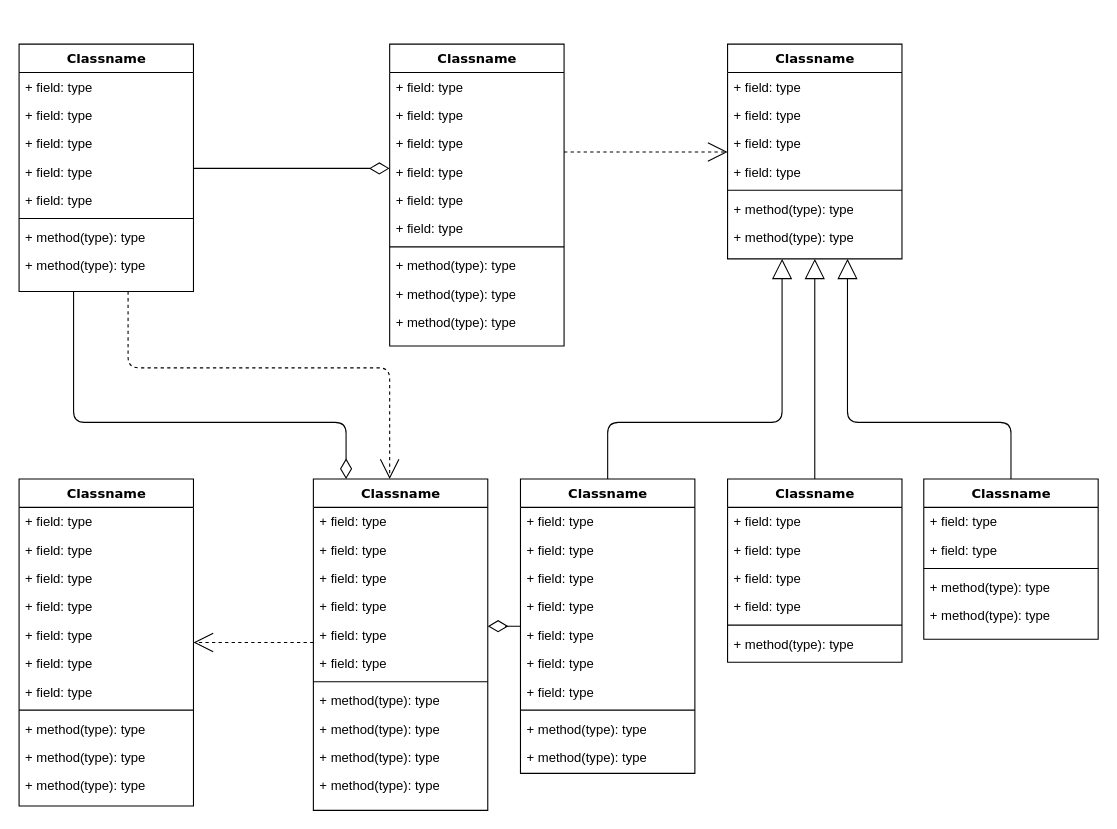
Earlier version of the draw.io diagram Untitled Diagram.drawio (Amelie02/oc20). Source tidied: cells renumbered, new cells numbered last; positions are measured from the earlier drawing's top-left corner, leaving out a move shared by most shapes. Both pictures are drawn from the tidied source at 109%, with x=0, y=0 at pixel (19, 44).
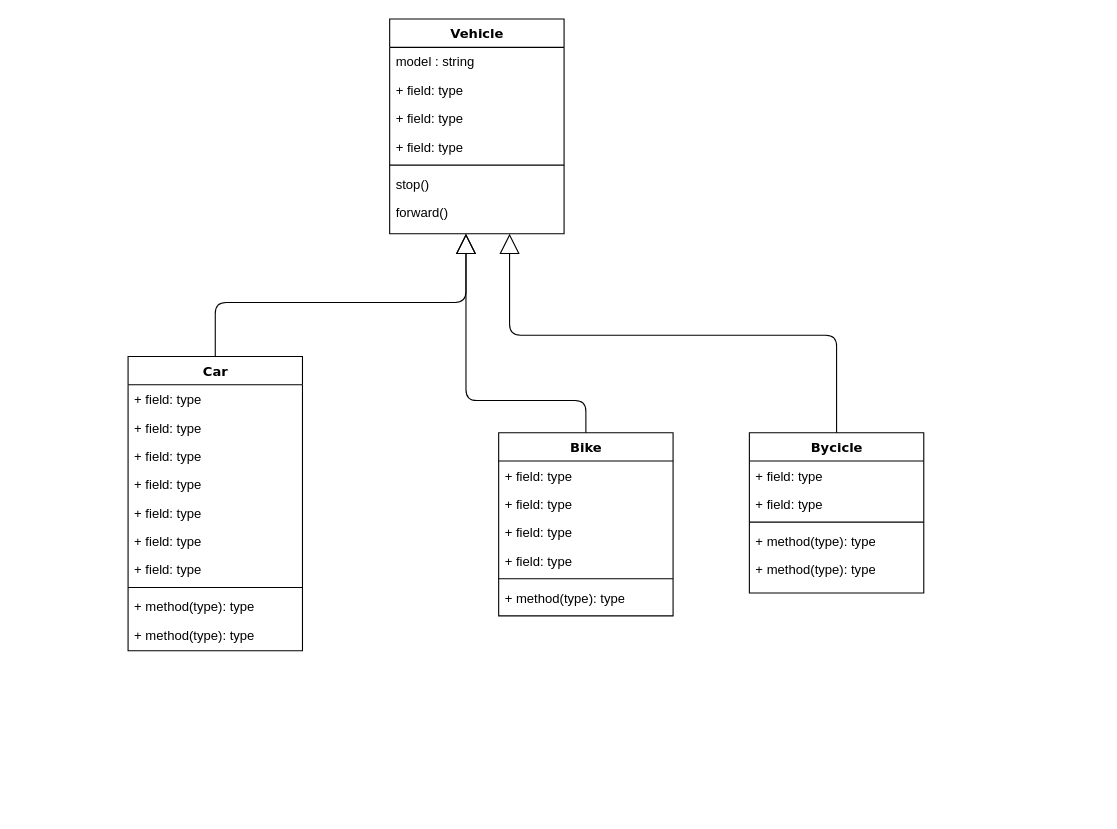
After the change.

Diff of the diagram source:
```diff
@@
-    <mxCell id="2" style="edgeStyle=orthogonalEdgeStyle;html=1;labelBackgroundColor=none;startFill=0;startSize=8;endArrow=open;endFill=0;endSize=16;fontFamily=Verdana;fontSize=12;dashed=1;" parent="1" edge="1" source="4" target="47">
-      <mxGeometry relative="1" as="geometry">
-        <Array as="points">
-          <mxPoint x="100" y="297" />
-          <mxPoint x="340" y="297" />
-        </Array>
-      </mxGeometry>
-    </mxCell>
-    <mxCell id="3" style="edgeStyle=orthogonalEdgeStyle;html=1;labelBackgroundColor=none;startFill=0;startSize=8;endArrow=diamondThin;endFill=0;endSize=16;fontFamily=Verdana;fontSize=12;" parent="1" edge="1" source="4" target="47">
-      <mxGeometry relative="1" as="geometry">
-        <Array as="points">
-          <mxPoint x="50" y="347" />
-          <mxPoint x="300" y="347" />
-        </Array>
-      </mxGeometry>
-    </mxCell>
-    <mxCell id="4" value="Classname" style="swimlane;html=1;fontStyle=1;align=center;verticalAlign=top;horizontal=1;startSize=26;swimlaneFillColor=#ffffff;rounded=0;shadow=0;comic=0;labelBackgroundColor=none;strokeWidth=1;fillColor=none;fontFamily=Verdana;fontSize=12;" parent="1" vertex="1">
-      <mxGeometry width="160" height="227" as="geometry" />
-    </mxCell>
-    <mxCell id="5" value="+ field: type" style="text;html=1;strokeColor=none;fillColor=none;align=left;verticalAlign=top;spacingLeft=4;spacingRight=4;whiteSpace=wrap;overflow=hidden;" parent="4" vertex="1">
-      <mxGeometry y="26" width="160" height="26" as="geometry" />
-    </mxCell>
-    <mxCell id="6" value="+ field: type" style="text;html=1;strokeColor=none;fillColor=none;align=left;verticalAlign=top;spacingLeft=4;spacingRight=4;whiteSpace=wrap;overflow=hidden;" parent="4" vertex="1">
-      <mxGeometry y="52" width="160" height="26" as="geometry" />
-    </mxCell>
-    <mxCell id="7" value="+ field: type" style="text;html=1;strokeColor=none;fillColor=none;align=left;verticalAlign=top;spacingLeft=4;spacingRight=4;whiteSpace=wrap;overflow=hidden;" parent="4" vertex="1">
-      <mxGeometry y="78" width="160" height="26" as="geometry" />
-    </mxCell>
-    <mxCell id="8" value="+ field: type" style="text;html=1;strokeColor=none;fillColor=none;align=left;verticalAlign=top;spacingLeft=4;spacingRight=4;whiteSpace=wrap;overflow=hidden;" parent="4" vertex="1">
-      <mxGeometry y="104" width="160" height="26" as="geometry" />
-    </mxCell>
-    <mxCell id="9" value="+ field: type" style="text;html=1;strokeColor=none;fillColor=none;align=left;verticalAlign=top;spacingLeft=4;spacingRight=4;whiteSpace=wrap;overflow=hidden;" parent="4" vertex="1">
-      <mxGeometry y="130" width="160" height="26" as="geometry" />
-    </mxCell>
-    <mxCell id="10" style="line;html=1;strokeWidth=1;fillColor=none;align=left;verticalAlign=middle;spacingTop=-1;spacingLeft=3;spacingRight=3;labelPosition=right;" parent="4" vertex="1">
-      <mxGeometry y="156" width="160" height="8" as="geometry" />
-    </mxCell>
-    <mxCell id="11" value="+ method(type): type" style="text;html=1;strokeColor=none;fillColor=none;align=left;verticalAlign=top;spacingLeft=4;spacingRight=4;whiteSpace=wrap;overflow=hidden;" parent="4" vertex="1">
-      <mxGeometry y="164" width="160" height="26" as="geometry" />
-    </mxCell>
-    <mxCell id="12" value="+ method(type): type" style="text;html=1;strokeColor=none;fillColor=none;align=left;verticalAlign=top;spacingLeft=4;spacingRight=4;whiteSpace=wrap;overflow=hidden;" parent="4" vertex="1">
-      <mxGeometry y="190" width="160" height="26" as="geometry" />
-    </mxCell>
-    <mxCell id="13" style="edgeStyle=elbowEdgeStyle;html=1;labelBackgroundColor=none;startFill=0;startSize=8;endArrow=open;endFill=0;endSize=16;fontFamily=Verdana;fontSize=12;elbow=vertical;dashed=1;" parent="1" edge="1" source="14" target="25">
-      <mxGeometry relative="1" as="geometry" />
-    </mxCell>
-    <mxCell id="14" value="Classname" style="swimlane;html=1;fontStyle=1;align=center;verticalAlign=top;horizontal=1;startSize=26;swimlaneFillColor=#ffffff;rounded=0;shadow=0;comic=0;labelBackgroundColor=none;strokeWidth=1;fillColor=none;fontFamily=Verdana;fontSize=12;" parent="1" vertex="1">
-      <mxGeometry x="340" width="160" height="277" as="geometry" />
-    </mxCell>
-    <mxCell id="15" value="+ field: type" style="text;html=1;strokeColor=none;fillColor=none;align=left;verticalAlign=top;spacingLeft=4;spacingRight=4;whiteSpace=wrap;overflow=hidden;" parent="14" vertex="1">
-      <mxGeometry y="26" width="160" height="26" as="geometry" />
-    </mxCell>
-    <mxCell id="16" value="+ field: type" style="text;html=1;strokeColor=none;fillColor=none;align=left;verticalAlign=top;spacingLeft=4;spacingRight=4;whiteSpace=wrap;overflow=hidden;" parent="14" vertex="1">
-      <mxGeometry y="52" width="160" height="26" as="geometry" />
-    </mxCell>
-    <mxCell id="17" value="+ field: type" style="text;html=1;strokeColor=none;fillColor=none;align=left;verticalAlign=top;spacingLeft=4;spacingRight=4;whiteSpace=wrap;overflow=hidden;" parent="14" vertex="1">
-      <mxGeometry y="78" width="160" height="26" as="geometry" />
-    </mxCell>
-    <mxCell id="18" value="+ field: type" style="text;html=1;strokeColor=none;fillColor=none;align=left;verticalAlign=top;spacingLeft=4;spacingRight=4;whiteSpace=wrap;overflow=hidden;" parent="14" vertex="1">
-      <mxGeometry y="104" width="160" height="26" as="geometry" />
-    </mxCell>
-    <mxCell id="19" value="+ field: type" style="text;html=1;strokeColor=none;fillColor=none;align=left;verticalAlign=top;spacingLeft=4;spacingRight=4;whiteSpace=wrap;overflow=hidden;" parent="14" vertex="1">
-      <mxGeometry y="130" width="160" height="26" as="geometry" />
-    </mxCell>
-    <mxCell id="20" value="+ field: type" style="text;html=1;strokeColor=none;fillColor=none;align=left;verticalAlign=top;spacingLeft=4;spacingRight=4;whiteSpace=wrap;overflow=hidden;" parent="14" vertex="1">
-      <mxGeometry y="156" width="160" height="26" as="geometry" />
-    </mxCell>
-    <mxCell id="21" style="line;html=1;strokeWidth=1;fillColor=none;align=left;verticalAlign=middle;spacingTop=-1;spacingLeft=3;spacingRight=3;labelPosition=right;" parent="14" vertex="1">
-      <mxGeometry y="182" width="160" height="8" as="geometry" />
-    </mxCell>
-    <mxCell id="22" value="+ method(type): type" style="text;html=1;strokeColor=none;fillColor=none;align=left;verticalAlign=top;spacingLeft=4;spacingRight=4;whiteSpace=wrap;overflow=hidden;" parent="14" vertex="1">
-      <mxGeometry y="190" width="160" height="26" as="geometry" />
-    </mxCell>
-    <mxCell id="23" value="+ method(type): type" style="text;html=1;strokeColor=none;fillColor=none;align=left;verticalAlign=top;spacingLeft=4;spacingRight=4;whiteSpace=wrap;overflow=hidden;" parent="14" vertex="1">
-      <mxGeometry y="216" width="160" height="26" as="geometry" />
-    </mxCell>
-    <mxCell id="24" value="+ method(type): type" style="text;html=1;strokeColor=none;fillColor=none;align=left;verticalAlign=top;spacingLeft=4;spacingRight=4;whiteSpace=wrap;overflow=hidden;" parent="14" vertex="1">
-      <mxGeometry y="242" width="160" height="26" as="geometry" />
-    </mxCell>
-    <mxCell id="25" value="Classname" style="swimlane;html=1;fontStyle=1;align=center;verticalAlign=top;horizontal=1;startSize=26;swimlaneFillColor=#ffffff;rounded=0;shadow=0;comic=0;labelBackgroundColor=none;strokeWidth=1;fillColor=none;fontFamily=Verdana;fontSize=12;" parent="1" vertex="1">
-      <mxGeometry x="650" width="160" height="197" as="geometry" />
+    <mxCell id="25" value="Vehicle" style="swimlane;html=1;fontStyle=1;align=center;verticalAlign=top;horizontal=1;startSize=26;swimlaneFillColor=#ffffff;rounded=0;shadow=0;comic=0;labelBackgroundColor=none;strokeWidth=1;fillColor=none;fontFamily=Verdana;fontSize=12;" parent="1" vertex="1">
+      <mxGeometry x="340" y="-23" width="160" height="197" as="geometry" />
     </mxCell>
-    <mxCell id="26" value="+ field: type" style="text;html=1;strokeColor=none;fillColor=none;align=left;verticalAlign=top;spacingLeft=4;spacingRight=4;whiteSpace=wrap;overflow=hidden;" parent="25" vertex="1">
+    <mxCell id="26" value="model : string" style="text;html=1;strokeColor=none;fillColor=none;align=left;verticalAlign=top;spacingLeft=4;spacingRight=4;whiteSpace=wrap;overflow=hidden;" parent="25" vertex="1">
       <mxGeometry y="26" width="160" height="26" as="geometry" />
     </mxCell>
@@
-    <mxCell id="31" value="+ method(type): type" style="text;html=1;strokeColor=none;fillColor=none;align=left;verticalAlign=top;spacingLeft=4;spacingRight=4;whiteSpace=wrap;overflow=hidden;" parent="25" vertex="1">
+    <mxCell id="31" value="stop()" style="text;html=1;strokeColor=none;fillColor=none;align=left;verticalAlign=top;spacingLeft=4;spacingRight=4;whiteSpace=wrap;overflow=hidden;" parent="25" vertex="1">
       <mxGeometry y="138" width="160" height="26" as="geometry" />
     </mxCell>
-    <mxCell id="32" value="+ method(type): type" style="text;html=1;strokeColor=none;fillColor=none;align=left;verticalAlign=top;spacingLeft=4;spacingRight=4;whiteSpace=wrap;overflow=hidden;" parent="25" vertex="1">
+    <mxCell id="32" value="forward()" style="text;html=1;strokeColor=none;fillColor=none;align=left;verticalAlign=top;spacingLeft=4;spacingRight=4;whiteSpace=wrap;overflow=hidden;" parent="25" vertex="1">
       <mxGeometry y="164" width="160" height="26" as="geometry" />
     </mxCell>
-    <mxCell id="33" style="edgeStyle=elbowEdgeStyle;html=1;labelBackgroundColor=none;startFill=0;startSize=8;endArrow=open;endFill=0;endSize=16;fontFamily=Verdana;fontSize=12;elbow=vertical;dashed=1;" parent="1" edge="1" source="47" target="34">
-      <mxGeometry relative="1" as="geometry" />
-    </mxCell>
-    <mxCell id="34" value="Classname" style="swimlane;html=1;fontStyle=1;align=center;verticalAlign=top;horizontal=1;startSize=26;swimlaneFillColor=#ffffff;rounded=0;shadow=0;comic=0;labelBackgroundColor=none;strokeWidth=1;fillColor=none;fontFamily=Verdana;fontSize=12;" parent="1" vertex="1">
-      <mxGeometry y="399" width="160" height="300" as="geometry" />
-    </mxCell>
-    <mxCell id="35" value="+ field: type" style="text;html=1;strokeColor=none;fillColor=none;align=left;verticalAlign=top;spacingLeft=4;spacingRight=4;whiteSpace=wrap;overflow=hidden;" parent="34" vertex="1">
-      <mxGeometry y="26" width="160" height="26" as="geometry" />
-    </mxCell>
-    <mxCell id="36" value="+ field: type" style="text;html=1;strokeColor=none;fillColor=none;align=left;verticalAlign=top;spacingLeft=4;spacingRight=4;whiteSpace=wrap;overflow=hidden;" parent="34" vertex="1">
-      <mxGeometry y="52" width="160" height="26" as="geometry" />
-    </mxCell>
-    <mxCell id="37" value="+ field: type" style="text;html=1;strokeColor=none;fillColor=none;align=left;verticalAlign=top;spacingLeft=4;spacingRight=4;whiteSpace=wrap;overflow=hidden;" parent="34" vertex="1">
-      <mxGeometry y="78" width="160" height="26" as="geometry" />
-    </mxCell>
-    <mxCell id="38" value="+ field: type" style="text;html=1;strokeColor=none;fillColor=none;align=left;verticalAlign=top;spacingLeft=4;spacingRight=4;whiteSpace=wrap;overflow=hidden;" parent="34" vertex="1">
-      <mxGeometry y="104" width="160" height="26" as="geometry" />
-    </mxCell>
-    <mxCell id="39" value="+ field: type" style="text;html=1;strokeColor=none;fillColor=none;align=left;verticalAlign=top;spacingLeft=4;spacingRight=4;whiteSpace=wrap;overflow=hidden;" parent="34" vertex="1">
-      <mxGeometry y="130" width="160" height="26" as="geometry" />
-    </mxCell>
-    <mxCell id="40" value="+ field: type" style="text;html=1;strokeColor=none;fillColor=none;align=left;verticalAlign=top;spacingLeft=4;spacingRight=4;whiteSpace=wrap;overflow=hidden;" parent="34" vertex="1">
-      <mxGeometry y="156" width="160" height="26" as="geometry" />
-    </mxCell>
-    <mxCell id="41" value="+ field: type" style="text;html=1;strokeColor=none;fillColor=none;align=left;verticalAlign=top;spacingLeft=4;spacingRight=4;whiteSpace=wrap;overflow=hidden;" parent="34" vertex="1">
-      <mxGeometry y="182" width="160" height="26" as="geometry" />
-    </mxCell>
-    <mxCell id="42" style="line;html=1;strokeWidth=1;fillColor=none;align=left;verticalAlign=middle;spacingTop=-1;spacingLeft=3;spacingRight=3;labelPosition=right;" parent="34" vertex="1">
-      <mxGeometry y="208" width="160" height="8" as="geometry" />
-    </mxCell>
-    <mxCell id="43" value="+ method(type): type" style="text;html=1;strokeColor=none;fillColor=none;align=left;verticalAlign=top;spacingLeft=4;spacingRight=4;whiteSpace=wrap;overflow=hidden;" parent="34" vertex="1">
-      <mxGeometry y="216" width="160" height="26" as="geometry" />
-    </mxCell>
-    <mxCell id="44" value="+ method(type): type" style="text;html=1;strokeColor=none;fillColor=none;align=left;verticalAlign=top;spacingLeft=4;spacingRight=4;whiteSpace=wrap;overflow=hidden;" parent="34" vertex="1">
-      <mxGeometry y="242" width="160" height="26" as="geometry" />
-    </mxCell>
-    <mxCell id="45" value="+ method(type): type" style="text;html=1;strokeColor=none;fillColor=none;align=left;verticalAlign=top;spacingLeft=4;spacingRight=4;whiteSpace=wrap;overflow=hidden;" parent="34" vertex="1">
-      <mxGeometry y="268" width="160" height="26" as="geometry" />
-    </mxCell>
-    <mxCell id="46" style="edgeStyle=elbowEdgeStyle;html=1;labelBackgroundColor=none;startFill=0;startSize=8;endArrow=diamondThin;endFill=0;endSize=16;fontFamily=Verdana;fontSize=12;elbow=vertical;" parent="1" edge="1" source="60" target="47">
-      <mxGeometry relative="1" as="geometry" />
-    </mxCell>
-    <mxCell id="47" value="Classname" style="swimlane;html=1;fontStyle=1;align=center;verticalAlign=top;horizontal=1;startSize=26;swimlaneFillColor=#ffffff;rounded=0;shadow=0;comic=0;labelBackgroundColor=none;strokeWidth=1;fillColor=none;fontFamily=Verdana;fontSize=12;" parent="1" vertex="1">
-      <mxGeometry x="270" y="399" width="160" height="304" as="geometry" />
-    </mxCell>
-    <mxCell id="48" value="+ field: type" style="text;html=1;strokeColor=none;fillColor=none;align=left;verticalAlign=top;spacingLeft=4;spacingRight=4;whiteSpace=wrap;overflow=hidden;" parent="47" vertex="1">
-      <mxGeometry y="26" width="160" height="26" as="geometry" />
-    </mxCell>
-    <mxCell id="49" value="+ field: type" style="text;html=1;strokeColor=none;fillColor=none;align=left;verticalAlign=top;spacingLeft=4;spacingRight=4;whiteSpace=wrap;overflow=hidden;" parent="47" vertex="1">
-      <mxGeometry y="52" width="160" height="26" as="geometry" />
-    </mxCell>
-    <mxCell id="50" value="+ field: type" style="text;html=1;strokeColor=none;fillColor=none;align=left;verticalAlign=top;spacingLeft=4;spacingRight=4;whiteSpace=wrap;overflow=hidden;" parent="47" vertex="1">
-      <mxGeometry y="78" width="160" height="26" as="geometry" />
-    </mxCell>
-    <mxCell id="51" value="+ field: type" style="text;html=1;strokeColor=none;fillColor=none;align=left;verticalAlign=top;spacingLeft=4;spacingRight=4;whiteSpace=wrap;overflow=hidden;" parent="47" vertex="1">
-      <mxGeometry y="104" width="160" height="26" as="geometry" />
-    </mxCell>
-    <mxCell id="52" value="+ field: type" style="text;html=1;strokeColor=none;fillColor=none;align=left;verticalAlign=top;spacingLeft=4;spacingRight=4;whiteSpace=wrap;overflow=hidden;" parent="47" vertex="1">
-      <mxGeometry y="130" width="160" height="26" as="geometry" />
-    </mxCell>
-    <mxCell id="53" value="+ field: type" style="text;html=1;strokeColor=none;fillColor=none;align=left;verticalAlign=top;spacingLeft=4;spacingRight=4;whiteSpace=wrap;overflow=hidden;" parent="47" vertex="1">
-      <mxGeometry y="156" width="160" height="26" as="geometry" />
-    </mxCell>
-    <mxCell id="54" style="line;html=1;strokeWidth=1;fillColor=none;align=left;verticalAlign=middle;spacingTop=-1;spacingLeft=3;spacingRight=3;labelPosition=right;" parent="47" vertex="1">
-      <mxGeometry y="182" width="160" height="8" as="geometry" />
-    </mxCell>
-    <mxCell id="55" value="+ method(type): type" style="text;html=1;strokeColor=none;fillColor=none;align=left;verticalAlign=top;spacingLeft=4;spacingRight=4;whiteSpace=wrap;overflow=hidden;" parent="47" vertex="1">
-      <mxGeometry y="190" width="160" height="26" as="geometry" />
-    </mxCell>
-    <mxCell id="56" value="+ method(type): type" style="text;html=1;strokeColor=none;fillColor=none;align=left;verticalAlign=top;spacingLeft=4;spacingRight=4;whiteSpace=wrap;overflow=hidden;" parent="47" vertex="1">
-      <mxGeometry y="216" width="160" height="26" as="geometry" />
-    </mxCell>
-    <mxCell id="57" value="+ method(type): type" style="text;html=1;strokeColor=none;fillColor=none;align=left;verticalAlign=top;spacingLeft=4;spacingRight=4;whiteSpace=wrap;overflow=hidden;" parent="47" vertex="1">
-      <mxGeometry y="242" width="160" height="26" as="geometry" />
-    </mxCell>
-    <mxCell id="58" value="+ method(type): type" style="text;html=1;strokeColor=none;fillColor=none;align=left;verticalAlign=top;spacingLeft=4;spacingRight=4;whiteSpace=wrap;overflow=hidden;" parent="47" vertex="1">
-      <mxGeometry y="268" width="160" height="26" as="geometry" />
-    </mxCell>
     <mxCell id="59" style="edgeStyle=orthogonalEdgeStyle;html=1;labelBackgroundColor=none;startFill=0;startSize=8;endArrow=block;endFill=0;endSize=16;fontFamily=Verdana;fontSize=12;" parent="1" edge="1" source="60" target="25">
       <mxGeometry relative="1" as="geometry">
         <Array as="points">
-          <mxPoint x="540" y="347" />
-          <mxPoint x="700" y="347" />
+          <mxPoint x="180" y="237" />
+          <mxPoint x="410" y="237" />
         </Array>
       </mxGeometry>
     </mxCell>
-    <mxCell id="60" value="Classname" style="swimlane;html=1;fontStyle=1;align=center;verticalAlign=top;horizontal=1;startSize=26;swimlaneFillColor=#ffffff;rounded=0;shadow=0;comic=0;labelBackgroundColor=none;strokeWidth=1;fillColor=none;fontFamily=Verdana;fontSize=12;" parent="1" vertex="1">
-      <mxGeometry x="460" y="399" width="160" height="270" as="geometry" />
+    <mxCell id="60" value="Car" style="swimlane;html=1;fontStyle=1;align=center;verticalAlign=top;horizontal=1;startSize=26;swimlaneFillColor=#ffffff;rounded=0;shadow=0;comic=0;labelBackgroundColor=none;strokeWidth=1;fillColor=none;fontFamily=Verdana;fontSize=12;" parent="1" vertex="1">
+      <mxGeometry x="100" y="286.5" width="160" height="270" as="geometry" />
     </mxCell>
@@
     <mxCell id="71" style="edgeStyle=orthogonalEdgeStyle;html=1;labelBackgroundColor=none;startFill=0;startSize=8;endArrow=block;endFill=0;endSize=16;fontFamily=Verdana;fontSize=12;" parent="1" edge="1" source="72" target="25">
-      <mxGeometry relative="1" as="geometry" />
+      <mxGeometry relative="1" as="geometry">
+        <Array as="points">
+          <mxPoint x="520" y="327" />
+          <mxPoint x="410" y="327" />
+        </Array>
+      </mxGeometry>
     </mxCell>
-    <mxCell id="72" value="Classname" style="swimlane;html=1;fontStyle=1;align=center;verticalAlign=top;horizontal=1;startSize=26;swimlaneFillColor=#ffffff;rounded=0;shadow=0;comic=0;labelBackgroundColor=none;strokeWidth=1;fillColor=none;fontFamily=Verdana;fontSize=12;" parent="1" vertex="1">
-      <mxGeometry x="650" y="399" width="160" height="168" as="geometry" />
+    <mxCell id="72" value="Bike" style="swimlane;html=1;fontStyle=1;align=center;verticalAlign=top;horizontal=1;startSize=26;swimlaneFillColor=#ffffff;rounded=0;shadow=0;comic=0;labelBackgroundColor=none;strokeWidth=1;fillColor=none;fontFamily=Verdana;fontSize=12;" parent="1" vertex="1">
+      <mxGeometry x="440" y="356.5" width="160" height="168" as="geometry" />
     </mxCell>
@@
     <mxCell id="79" style="edgeStyle=orthogonalEdgeStyle;html=1;labelBackgroundColor=none;startFill=0;startSize=8;endArrow=block;endFill=0;endSize=16;fontFamily=Verdana;fontSize=12;" parent="1" edge="1" source="80" target="25">
       <mxGeometry relative="1" as="geometry">
         <Array as="points">
-          <mxPoint x="910" y="347" />
-          <mxPoint x="760" y="347" />
+          <mxPoint x="750" y="267" />
+          <mxPoint x="450" y="267" />
         </Array>
       </mxGeometry>
     </mxCell>
-    <mxCell id="80" value="Classname" style="swimlane;html=1;fontStyle=1;align=center;verticalAlign=top;horizontal=1;startSize=26;swimlaneFillColor=#ffffff;rounded=0;shadow=0;comic=0;labelBackgroundColor=none;strokeWidth=1;fillColor=none;fontFamily=Verdana;fontSize=12;" parent="1" vertex="1">
-      <mxGeometry x="830" y="399" width="160" height="147" as="geometry" />
+    <mxCell id="80" value="Bycicle" style="swimlane;html=1;fontStyle=1;align=center;verticalAlign=top;horizontal=1;startSize=26;swimlaneFillColor=#ffffff;rounded=0;shadow=0;comic=0;labelBackgroundColor=none;strokeWidth=1;fillColor=none;fontFamily=Verdana;fontSize=12;" parent="1" vertex="1">
+      <mxGeometry x="670" y="356.5" width="160" height="147" as="geometry" />
     </mxCell>
@@
-    <mxCell id="86" style="edgeStyle=elbowEdgeStyle;html=1;labelBackgroundColor=none;startFill=0;startSize=8;endArrow=diamondThin;endFill=0;endSize=16;fontFamily=Verdana;fontSize=12;elbow=vertical;" parent="1" edge="1" source="4" target="14">
-      <mxGeometry relative="1" as="geometry" />
-    </mxCell>
```
